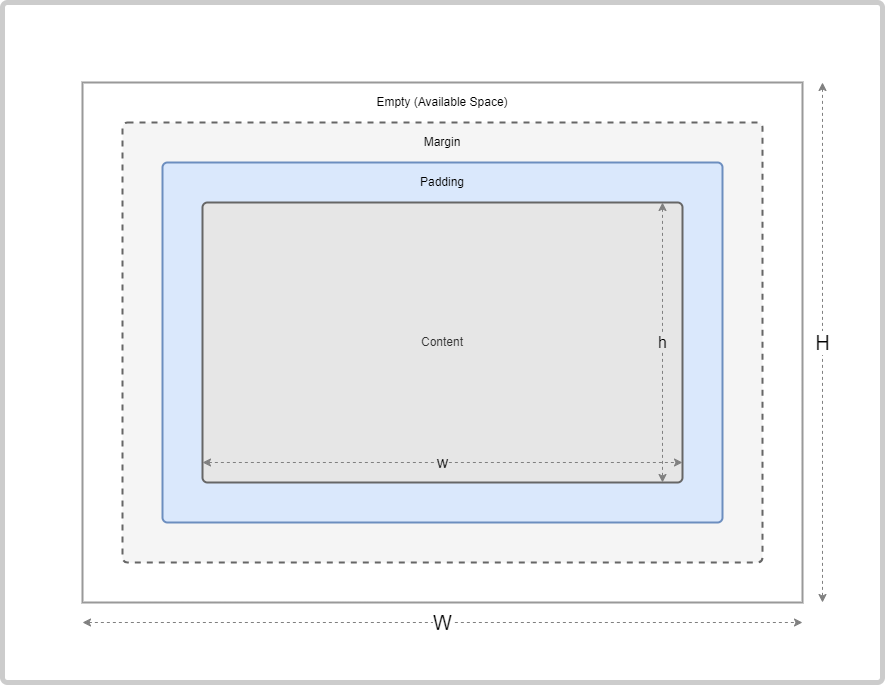
Above: doc/control-model.drawio.png in lastunicorn/ConsoleTools (draw.io), before the change. Source tidied: cells renumbered, new cells last; positions are measured from the earlier drawing's top-left corner, leaving out a move shared by most shapes. Its diagram source:
```xml
<mxGraphModel>
  <root>
    <mxCell id="0" />
    <mxCell id="1" parent="0" />
    <mxCell id="2" style="rounded=1;whiteSpace=wrap;html=1;arcSize=10;absoluteArcSize=1;strokeColor=#CCCCCC;strokeWidth=5;" parent="1" vertex="1">
      <mxGeometry width="880" height="680" as="geometry" />
    </mxCell>
    <mxCell id="3" style="rounded=0;whiteSpace=wrap;html=1;arcSize=10;absoluteArcSize=1;strokeWidth=2;strokeColor=#999999;" parent="2" vertex="1">
      <mxGeometry x="80" y="80" width="720" height="520" as="geometry" />
    </mxCell>
    <mxCell id="4" style="rounded=1;whiteSpace=wrap;html=1;arcSize=10;absoluteArcSize=1;dashed=1;fillColor=#f5f5f5;fontColor=#333333;strokeColor=#666666;strokeWidth=2;" parent="2" vertex="1">
      <mxGeometry x="120" y="120" width="640" height="440" as="geometry" />
    </mxCell>
    <mxCell id="5" style="rounded=1;whiteSpace=wrap;html=1;arcSize=10;absoluteArcSize=1;fillColor=#dae8fc;strokeColor=#6c8ebf;strokeWidth=2;" parent="2" vertex="1">
      <mxGeometry x="160" y="160" width="560" height="360" as="geometry" />
    </mxCell>
    <mxCell id="6" value="Content" style="rounded=1;whiteSpace=wrap;html=1;arcSize=10;absoluteArcSize=1;fontSize=12;strokeWidth=2;fillStyle=auto;fillColor=#E6E6E6;gradientDirection=radial;fontColor=#333333;strokeColor=#666666;" parent="2" vertex="1">
      <mxGeometry x="200" y="200" width="480" height="280" as="geometry" />
    </mxCell>
    <mxCell id="7" value="Empty (Available Space)" style="text;html=1;strokeColor=none;fillColor=none;align=center;verticalAlign=middle;whiteSpace=wrap;rounded=0;" parent="2" vertex="1">
      <mxGeometry x="360" y="80" width="160" height="40" as="geometry" />
    </mxCell>
    <mxCell id="8" style="group;strokeColor=none;" parent="2" vertex="1">
      <mxGeometry x="80" y="600" width="720" height="40" as="geometry" />
    </mxCell>
    <mxCell id="9" style="rounded=0;whiteSpace=wrap;html=1;fillColor=none;strokeColor=none;" parent="8" vertex="1">
      <mxGeometry width="720" height="40" as="geometry" />
    </mxCell>
    <mxCell id="10" value="W" style="endArrow=classic;startArrow=classic;rounded=0;fontSize=20;fillColor=#f5f5f5;strokeColor=#808080;dashed=1;entryX=1;entryY=0.5;entryDx=0;entryDy=0;exitX=0;exitY=0.5;exitDx=0;exitDy=0;elbow=vertical;labelBorderColor=none;html=1;" parent="8" edge="1" source="9" target="9">
      <mxGeometry relative="1" as="geometry" />
    </mxCell>
    <mxCell id="11" style="group;" parent="2" vertex="1">
      <mxGeometry x="800" y="80" width="40" height="520" as="geometry" />
    </mxCell>
    <mxCell id="12" style="rounded=0;whiteSpace=wrap;html=1;fillColor=none;strokeColor=none;" parent="11" vertex="1">
      <mxGeometry width="40" height="520" as="geometry" />
    </mxCell>
    <mxCell id="13" value="H" style="endArrow=classic;startArrow=classic;html=1;rounded=0;fontSize=20;fillColor=#f5f5f5;strokeColor=#808080;dashed=1;entryX=0.5;entryY=1;entryDx=0;entryDy=0;exitX=0.5;exitY=0;exitDx=0;exitDy=0;elbow=vertical;" parent="11" edge="1" source="12" target="12">
      <mxGeometry relative="1" as="geometry" />
    </mxCell>
    <mxCell id="14" style="group;" parent="2" vertex="1">
      <mxGeometry x="200" y="440" width="480" height="40" as="geometry" />
    </mxCell>
    <mxCell id="15" style="rounded=0;whiteSpace=wrap;html=1;fillColor=none;strokeColor=none;" parent="14" vertex="1">
      <mxGeometry width="480" height="40" as="geometry" />
    </mxCell>
    <mxCell id="16" value="w" style="endArrow=classic;startArrow=classic;html=1;rounded=0;fontSize=16;fillColor=#f5f5f5;strokeColor=#808080;dashed=1;entryX=1;entryY=0.5;entryDx=0;entryDy=0;exitX=0;exitY=0.5;exitDx=0;exitDy=0;elbow=horizontal;labelBackgroundColor=#E6E6E6;" parent="14" edge="1" source="15" target="15">
      <mxGeometry relative="1" as="geometry" />
    </mxCell>
    <mxCell id="17" style="group;" parent="2" vertex="1">
      <mxGeometry x="640" y="200" width="40" height="280" as="geometry" />
    </mxCell>
    <mxCell id="18" style="rounded=0;whiteSpace=wrap;html=1;fillColor=none;strokeColor=none;" parent="17" vertex="1">
      <mxGeometry width="40" height="280" as="geometry" />
    </mxCell>
    <mxCell id="19" value="h" style="endArrow=classic;startArrow=classic;html=1;rounded=0;fontSize=16;fillColor=#f5f5f5;strokeColor=#808080;dashed=1;entryX=0.5;entryY=1;entryDx=0;entryDy=0;exitX=0.5;exitY=0;exitDx=0;exitDy=0;elbow=horizontal;labelBackgroundColor=#E6E6E6;" parent="17" edge="1" source="18" target="18">
      <mxGeometry relative="1" as="geometry" />
    </mxCell>
    <mxCell id="20" value="Margin" style="text;html=1;strokeColor=none;fillColor=none;align=center;verticalAlign=middle;whiteSpace=wrap;rounded=0;" parent="2" vertex="1">
      <mxGeometry x="380" y="120" width="120" height="40" as="geometry" />
    </mxCell>
    <mxCell id="21" value="Padding" style="text;html=1;strokeColor=none;fillColor=none;align=center;verticalAlign=middle;whiteSpace=wrap;rounded=0;" parent="2" vertex="1">
      <mxGeometry x="380" y="160" width="120" height="40" as="geometry" />
    </mxCell>
  </root>
</mxGraphModel>
```
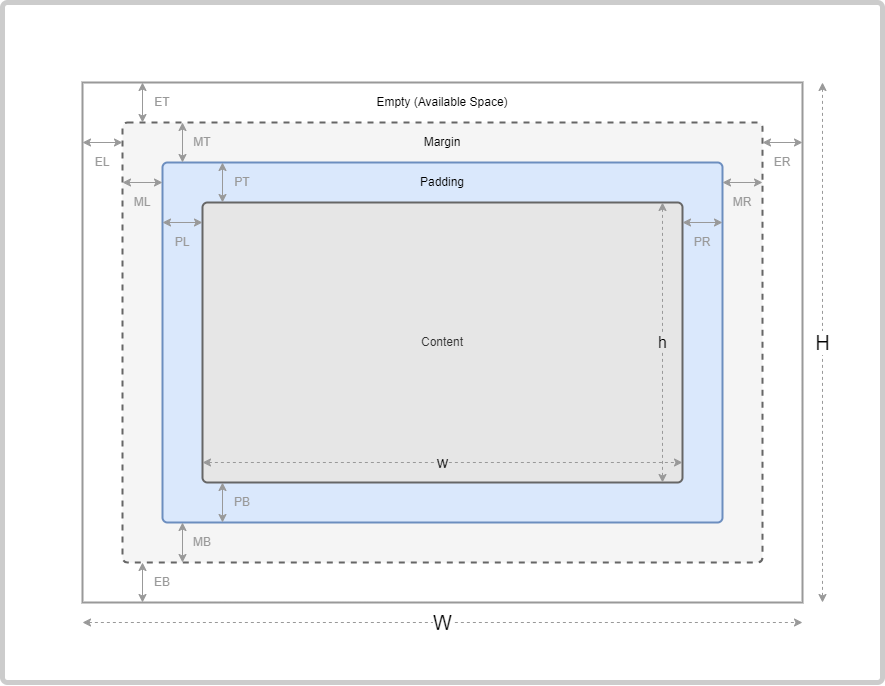
The same diagram one commit later.

Change to the diagram source:
```diff
@@ -17,6 +17,114 @@
     <mxCell id="6" value="Content" style="rounded=1;whiteSpace=wrap;html=1;arcSize=10;absoluteArcSize=1;fontSize=12;strokeWidth=2;fillStyle=auto;fillColor=#E6E6E6;gradientDirection=radial;fontColor=#333333;strokeColor=#666666;" parent="2" vertex="1">
       <mxGeometry x="200" y="200" width="480" height="280" as="geometry" />
     </mxCell>
+    <mxCell id="22" style="group;" parent="2" vertex="1">
+      <mxGeometry x="140" y="80" width="40" height="40" as="geometry" />
+    </mxCell>
+    <mxCell id="23" value="ET" style="text;html=1;strokeColor=none;fillColor=none;align=center;verticalAlign=middle;whiteSpace=wrap;rounded=0;fontColor=#999999;" parent="22" vertex="1">
+      <mxGeometry width="40" height="40" as="geometry" />
+    </mxCell>
+    <mxCell id="24" style="endArrow=classic;startArrow=classic;html=1;rounded=0;entryX=0;entryY=0;entryDx=0;entryDy=0;exitX=0;exitY=1;exitDx=0;exitDy=0;strokeColor=#999999;" parent="22" edge="1" source="23" target="23">
+      <mxGeometry relative="1" as="geometry" />
+    </mxCell>
+    <mxCell id="25" style="group;fontColor=#999999;" parent="2" vertex="1">
+      <mxGeometry x="80" y="140" width="40" height="40" as="geometry" />
+    </mxCell>
+    <mxCell id="26" value="EL" style="text;html=1;strokeColor=none;fillColor=none;align=center;verticalAlign=middle;whiteSpace=wrap;rounded=0;fontColor=#999999;" parent="25" vertex="1">
+      <mxGeometry width="40" height="40" as="geometry" />
+    </mxCell>
+    <mxCell id="27" style="endArrow=classic;startArrow=classic;html=1;rounded=0;entryX=0;entryY=0;entryDx=0;entryDy=0;exitX=1;exitY=0;exitDx=0;exitDy=0;strokeColor=#999999;" parent="25" edge="1" source="26" target="26">
+      <mxGeometry relative="1" as="geometry" />
+    </mxCell>
+    <mxCell id="28" style="group;" parent="2" vertex="1">
+      <mxGeometry x="760" y="140" width="40" height="40" as="geometry" />
+    </mxCell>
+    <mxCell id="29" value="ER" style="text;html=1;strokeColor=none;fillColor=none;align=center;verticalAlign=middle;whiteSpace=wrap;rounded=0;fontColor=#999999;" parent="28" vertex="1">
+      <mxGeometry width="40" height="40" as="geometry" />
+    </mxCell>
+    <mxCell id="30" style="endArrow=classic;startArrow=classic;html=1;rounded=0;entryX=0;entryY=0;entryDx=0;entryDy=0;exitX=1;exitY=0;exitDx=0;exitDy=0;strokeColor=#999999;" parent="28" edge="1" source="29" target="29">
+      <mxGeometry relative="1" as="geometry" />
+    </mxCell>
+    <mxCell id="31" style="group;" parent="2" vertex="1">
+      <mxGeometry x="140" y="560" width="40" height="40" as="geometry" />
+    </mxCell>
+    <mxCell id="32" value="EB" style="text;html=1;strokeColor=none;fillColor=none;align=center;verticalAlign=middle;whiteSpace=wrap;rounded=0;fontColor=#999999;" parent="31" vertex="1">
+      <mxGeometry width="40" height="40" as="geometry" />
+    </mxCell>
+    <mxCell id="33" style="endArrow=classic;startArrow=classic;html=1;rounded=0;entryX=0;entryY=0;entryDx=0;entryDy=0;exitX=0;exitY=1;exitDx=0;exitDy=0;strokeColor=#999999;" parent="31" edge="1" source="32" target="32">
+      <mxGeometry relative="1" as="geometry" />
+    </mxCell>
+    <mxCell id="34" style="group;" parent="2" vertex="1">
+      <mxGeometry x="720" y="180" width="40" height="40" as="geometry" />
+    </mxCell>
+    <mxCell id="35" value="MR" style="text;html=1;strokeColor=none;fillColor=none;align=center;verticalAlign=middle;whiteSpace=wrap;rounded=0;fontColor=#999999;" parent="34" vertex="1">
+      <mxGeometry width="40" height="40" as="geometry" />
+    </mxCell>
+    <mxCell id="36" style="endArrow=classic;startArrow=classic;html=1;rounded=0;entryX=0;entryY=0;entryDx=0;entryDy=0;exitX=1;exitY=0;exitDx=0;exitDy=0;strokeColor=#999999;" parent="34" edge="1" source="35" target="35">
+      <mxGeometry relative="1" as="geometry" />
+    </mxCell>
+    <mxCell id="37" style="group;" parent="2" vertex="1">
+      <mxGeometry x="180" y="120" width="40" height="40" as="geometry" />
+    </mxCell>
+    <mxCell id="38" value="MT" style="text;html=1;strokeColor=none;fillColor=none;align=center;verticalAlign=middle;whiteSpace=wrap;rounded=0;fontColor=#999999;" parent="37" vertex="1">
+      <mxGeometry width="40" height="40" as="geometry" />
+    </mxCell>
+    <mxCell id="39" style="endArrow=classic;startArrow=classic;html=1;rounded=0;entryX=0;entryY=0;entryDx=0;entryDy=0;exitX=0;exitY=1;exitDx=0;exitDy=0;strokeColor=#999999;" parent="37" edge="1" source="38" target="38">
+      <mxGeometry relative="1" as="geometry" />
+    </mxCell>
+    <mxCell id="40" style="group;" parent="2" vertex="1">
+      <mxGeometry x="120" y="180" width="40" height="40" as="geometry" />
+    </mxCell>
+    <mxCell id="41" value="ML" style="text;html=1;strokeColor=none;fillColor=none;align=center;verticalAlign=middle;whiteSpace=wrap;rounded=0;fontColor=#999999;" parent="40" vertex="1">
+      <mxGeometry width="40" height="40" as="geometry" />
+    </mxCell>
+    <mxCell id="42" style="endArrow=classic;startArrow=classic;html=1;rounded=0;entryX=0;entryY=0;entryDx=0;entryDy=0;exitX=1;exitY=0;exitDx=0;exitDy=0;strokeColor=#999999;" parent="40" edge="1" source="41" target="41">
+      <mxGeometry relative="1" as="geometry" />
+    </mxCell>
+    <mxCell id="43" style="group;" parent="2" vertex="1">
+      <mxGeometry x="180" y="520" width="40" height="40" as="geometry" />
+    </mxCell>
+    <mxCell id="44" value="MB" style="text;html=1;strokeColor=none;fillColor=none;align=center;verticalAlign=middle;whiteSpace=wrap;rounded=0;fontColor=#999999;" parent="43" vertex="1">
+      <mxGeometry width="40" height="40" as="geometry" />
+    </mxCell>
+    <mxCell id="45" style="endArrow=classic;startArrow=classic;html=1;rounded=0;entryX=0;entryY=0;entryDx=0;entryDy=0;exitX=0;exitY=1;exitDx=0;exitDy=0;strokeColor=#999999;" parent="43" edge="1" source="44" target="44">
+      <mxGeometry relative="1" as="geometry" />
+    </mxCell>
+    <mxCell id="46" style="group;" parent="2" vertex="1">
+      <mxGeometry x="680" y="220" width="40" height="40" as="geometry" />
+    </mxCell>
+    <mxCell id="47" value="PR" style="text;html=1;strokeColor=none;fillColor=none;align=center;verticalAlign=middle;whiteSpace=wrap;rounded=0;fontColor=#999999;" parent="46" vertex="1">
+      <mxGeometry width="40" height="40" as="geometry" />
+    </mxCell>
+    <mxCell id="48" style="endArrow=classic;startArrow=classic;html=1;rounded=0;entryX=0;entryY=0;entryDx=0;entryDy=0;exitX=1;exitY=0;exitDx=0;exitDy=0;strokeColor=#999999;" parent="46" edge="1" source="47" target="47">
+      <mxGeometry relative="1" as="geometry" />
+    </mxCell>
+    <mxCell id="49" style="group;" parent="2" vertex="1">
+      <mxGeometry x="220" y="160" width="40" height="40" as="geometry" />
+    </mxCell>
+    <mxCell id="50" value="PT" style="text;html=1;strokeColor=none;fillColor=none;align=center;verticalAlign=middle;whiteSpace=wrap;rounded=0;fontColor=#999999;" parent="49" vertex="1">
+      <mxGeometry width="40" height="40" as="geometry" />
+    </mxCell>
+    <mxCell id="51" style="endArrow=classic;startArrow=classic;html=1;rounded=0;entryX=0;entryY=0;entryDx=0;entryDy=0;exitX=0;exitY=1;exitDx=0;exitDy=0;strokeColor=#999999;" parent="49" edge="1" source="50" target="50">
+      <mxGeometry relative="1" as="geometry" />
+    </mxCell>
+    <mxCell id="52" style="group;" parent="2" vertex="1">
+      <mxGeometry x="160" y="220" width="40" height="40" as="geometry" />
+    </mxCell>
+    <mxCell id="53" value="PL" style="text;html=1;strokeColor=none;fillColor=none;align=center;verticalAlign=middle;whiteSpace=wrap;rounded=0;fontColor=#999999;" parent="52" vertex="1">
+      <mxGeometry width="40" height="40" as="geometry" />
+    </mxCell>
+    <mxCell id="54" style="endArrow=classic;startArrow=classic;html=1;rounded=0;entryX=0;entryY=0;entryDx=0;entryDy=0;exitX=1;exitY=0;exitDx=0;exitDy=0;strokeColor=#999999;" parent="52" edge="1" source="53" target="53">
+      <mxGeometry relative="1" as="geometry" />
+    </mxCell>
+    <mxCell id="55" style="group;backgroundOutline=0;shadow=0;" parent="2" vertex="1">
+      <mxGeometry x="220" y="480" width="40" height="40" as="geometry" />
+    </mxCell>
+    <mxCell id="56" value="PB" style="text;html=1;strokeColor=none;fillColor=none;align=center;verticalAlign=middle;whiteSpace=wrap;rounded=0;fontColor=#999999;" parent="55" vertex="1">
+      <mxGeometry width="40" height="40" as="geometry" />
+    </mxCell>
+    <mxCell id="57" style="endArrow=classic;startArrow=classic;html=1;rounded=0;entryX=0;entryY=0;entryDx=0;entryDy=0;exitX=0;exitY=1;exitDx=0;exitDy=0;strokeColor=#999999;" parent="55" edge="1" source="56" target="56">
+      <mxGeometry relative="1" as="geometry" />
+    </mxCell>
     <mxCell id="7" value="Empty (Available Space)" style="text;html=1;strokeColor=none;fillColor=none;align=center;verticalAlign=middle;whiteSpace=wrap;rounded=0;" parent="2" vertex="1">
       <mxGeometry x="360" y="80" width="160" height="40" as="geometry" />
     </mxCell>
@@ -26,7 +134,7 @@
     <mxCell id="9" style="rounded=0;whiteSpace=wrap;html=1;fillColor=none;strokeColor=none;" parent="8" vertex="1">
       <mxGeometry width="720" height="40" as="geometry" />
     </mxCell>
-    <mxCell id="10" value="W" style="endArrow=classic;startArrow=classic;rounded=0;fontSize=20;fillColor=#f5f5f5;strokeColor=#808080;dashed=1;entryX=1;entryY=0.5;entryDx=0;entryDy=0;exitX=0;exitY=0.5;exitDx=0;exitDy=0;elbow=vertical;labelBorderColor=none;html=1;" parent="8" edge="1" source="9" target="9">
+    <mxCell id="10" value="W" style="endArrow=classic;startArrow=classic;rounded=0;fontSize=20;fillColor=#f5f5f5;strokeColor=#999999;dashed=1;entryX=1;entryY=0.5;entryDx=0;entryDy=0;exitX=0;exitY=0.5;exitDx=0;exitDy=0;elbow=vertical;labelBorderColor=none;html=1;" parent="8" edge="1" source="9" target="9">
       <mxGeometry relative="1" as="geometry" />
     </mxCell>
     <mxCell id="11" style="group;" parent="2" vertex="1">
@@ -35,7 +143,7 @@
     <mxCell id="12" style="rounded=0;whiteSpace=wrap;html=1;fillColor=none;strokeColor=none;" parent="11" vertex="1">
       <mxGeometry width="40" height="520" as="geometry" />
     </mxCell>
-    <mxCell id="13" value="H" style="endArrow=classic;startArrow=classic;html=1;rounded=0;fontSize=20;fillColor=#f5f5f5;strokeColor=#808080;dashed=1;entryX=0.5;entryY=1;entryDx=0;entryDy=0;exitX=0.5;exitY=0;exitDx=0;exitDy=0;elbow=vertical;" parent="11" edge="1" source="12" target="12">
+    <mxCell id="13" value="H" style="endArrow=classic;startArrow=classic;html=1;rounded=0;fontSize=20;fillColor=#f5f5f5;strokeColor=#999999;dashed=1;entryX=0.5;entryY=1;entryDx=0;entryDy=0;exitX=0.5;exitY=0;exitDx=0;exitDy=0;elbow=vertical;" parent="11" edge="1" source="12" target="12">
       <mxGeometry relative="1" as="geometry" />
     </mxCell>
     <mxCell id="14" style="group;" parent="2" vertex="1">
@@ -44,7 +152,7 @@
     <mxCell id="15" style="rounded=0;whiteSpace=wrap;html=1;fillColor=none;strokeColor=none;" parent="14" vertex="1">
       <mxGeometry width="480" height="40" as="geometry" />
     </mxCell>
-    <mxCell id="16" value="w" style="endArrow=classic;startArrow=classic;html=1;rounded=0;fontSize=16;fillColor=#f5f5f5;strokeColor=#808080;dashed=1;entryX=1;entryY=0.5;entryDx=0;entryDy=0;exitX=0;exitY=0.5;exitDx=0;exitDy=0;elbow=horizontal;labelBackgroundColor=#E6E6E6;" parent="14" edge="1" source="15" target="15">
+    <mxCell id="16" value="w" style="endArrow=classic;startArrow=classic;html=1;rounded=0;fontSize=16;fillColor=#f5f5f5;strokeColor=#999999;dashed=1;entryX=1;entryY=0.5;entryDx=0;entryDy=0;exitX=0;exitY=0.5;exitDx=0;exitDy=0;elbow=horizontal;labelBackgroundColor=#E6E6E6;" parent="14" edge="1" source="15" target="15">
       <mxGeometry relative="1" as="geometry" />
     </mxCell>
     <mxCell id="17" style="group;" parent="2" vertex="1">
@@ -53,7 +161,7 @@
     <mxCell id="18" style="rounded=0;whiteSpace=wrap;html=1;fillColor=none;strokeColor=none;" parent="17" vertex="1">
       <mxGeometry width="40" height="280" as="geometry" />
     </mxCell>
-    <mxCell id="19" value="h" style="endArrow=classic;startArrow=classic;html=1;rounded=0;fontSize=16;fillColor=#f5f5f5;strokeColor=#808080;dashed=1;entryX=0.5;entryY=1;entryDx=0;entryDy=0;exitX=0.5;exitY=0;exitDx=0;exitDy=0;elbow=horizontal;labelBackgroundColor=#E6E6E6;" parent="17" edge="1" source="18" target="18">
+    <mxCell id="19" value="h" style="endArrow=classic;startArrow=classic;html=1;rounded=0;fontSize=16;fillColor=#f5f5f5;strokeColor=#999999;dashed=1;entryX=0.5;entryY=1;entryDx=0;entryDy=0;exitX=0.5;exitY=0;exitDx=0;exitDy=0;elbow=horizontal;labelBackgroundColor=#E6E6E6;" parent="17" edge="1" source="18" target="18">
       <mxGeometry relative="1" as="geometry" />
     </mxCell>
     <mxCell id="20" value="Margin" style="text;html=1;strokeColor=none;fillColor=none;align=center;verticalAlign=middle;whiteSpace=wrap;rounded=0;" parent="2" vertex="1">
```
